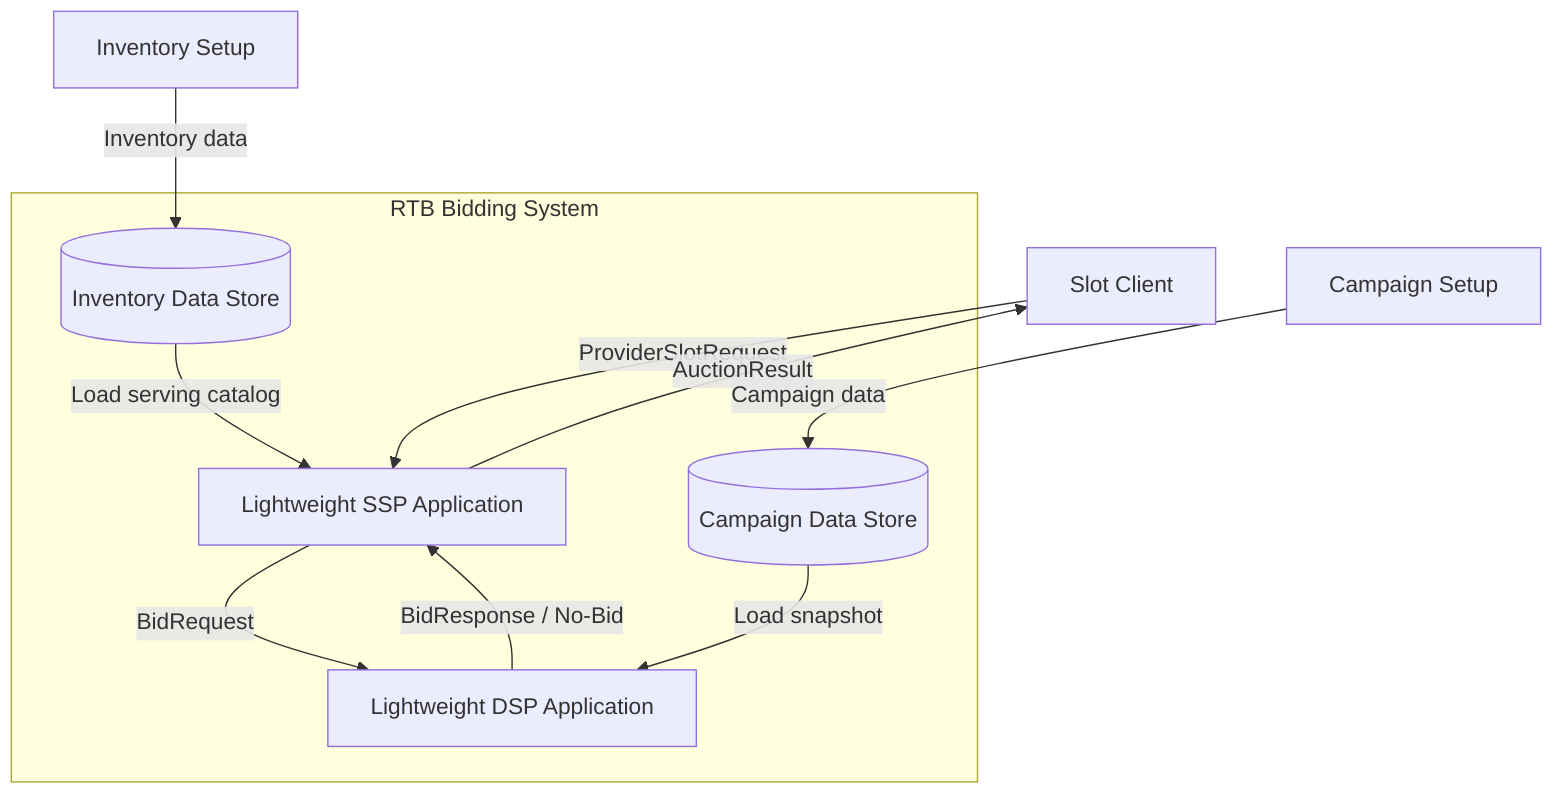
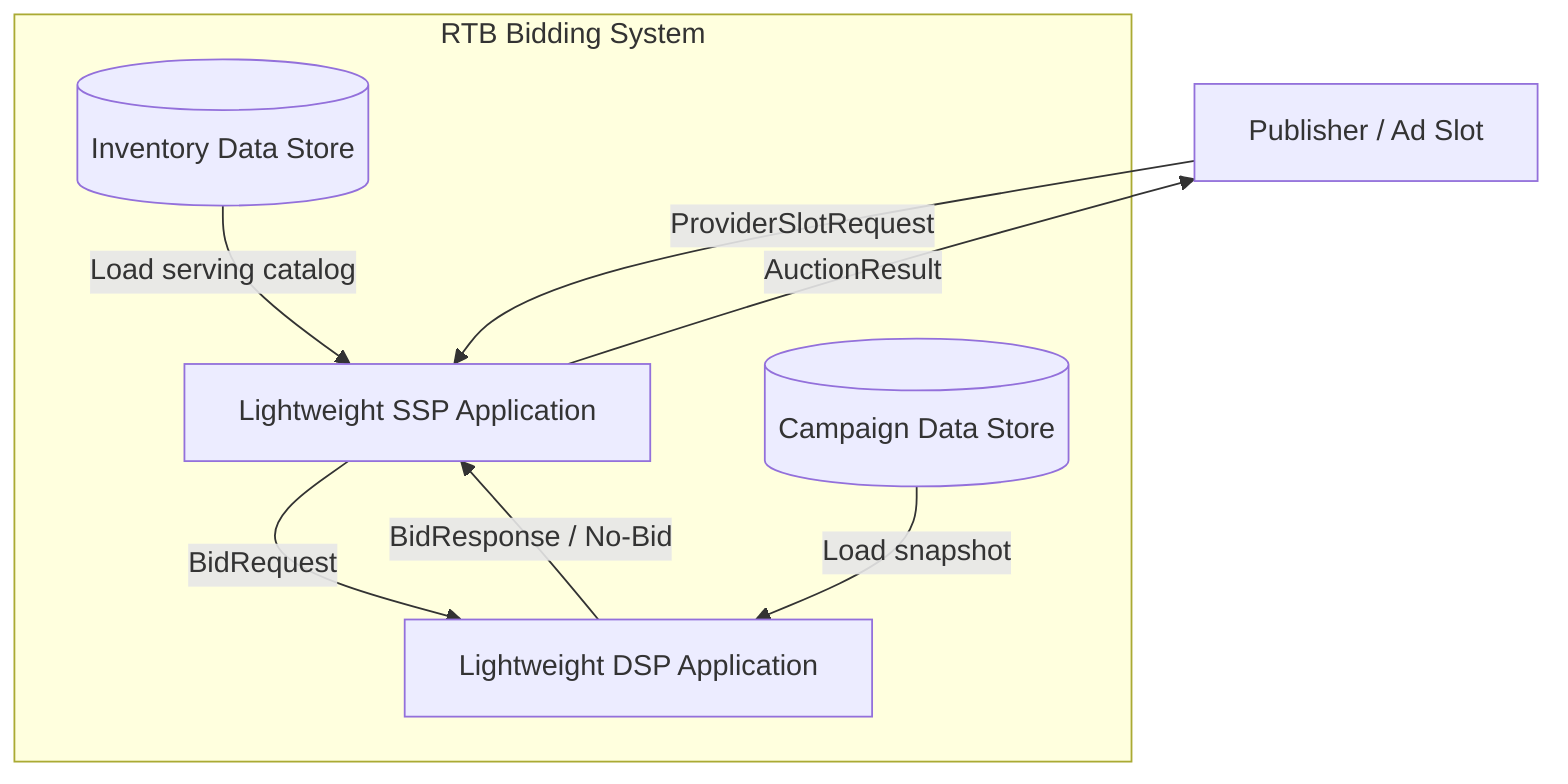
flowchart TB
-     client["Slot Client"]
-     advertiser["Campaign Setup"]
-     inventoryOwner["Inventory Setup"]
+     client["Publisher / Ad Slot"]

    subgraph boundary["RTB Bidding System"]
        ssp["Lightweight SSP Application"]
        dsp["Lightweight DSP Application"]
        inventoryStore[("Inventory Data Store")]
        campaignStore[("Campaign Data Store")]
    end

    client -->|"ProviderSlotRequest"| ssp
    ssp -->|"AuctionResult"| client

    ssp -->|"BidRequest"| dsp
    dsp -->|"BidResponse / No-Bid"| ssp

-     inventoryOwner -->|"Inventory data"| inventoryStore
    inventoryStore -->|"Load serving catalog"| ssp

-     advertiser -->|"Campaign data"| campaignStore
    campaignStore -->|"Load snapshot"| dsp
